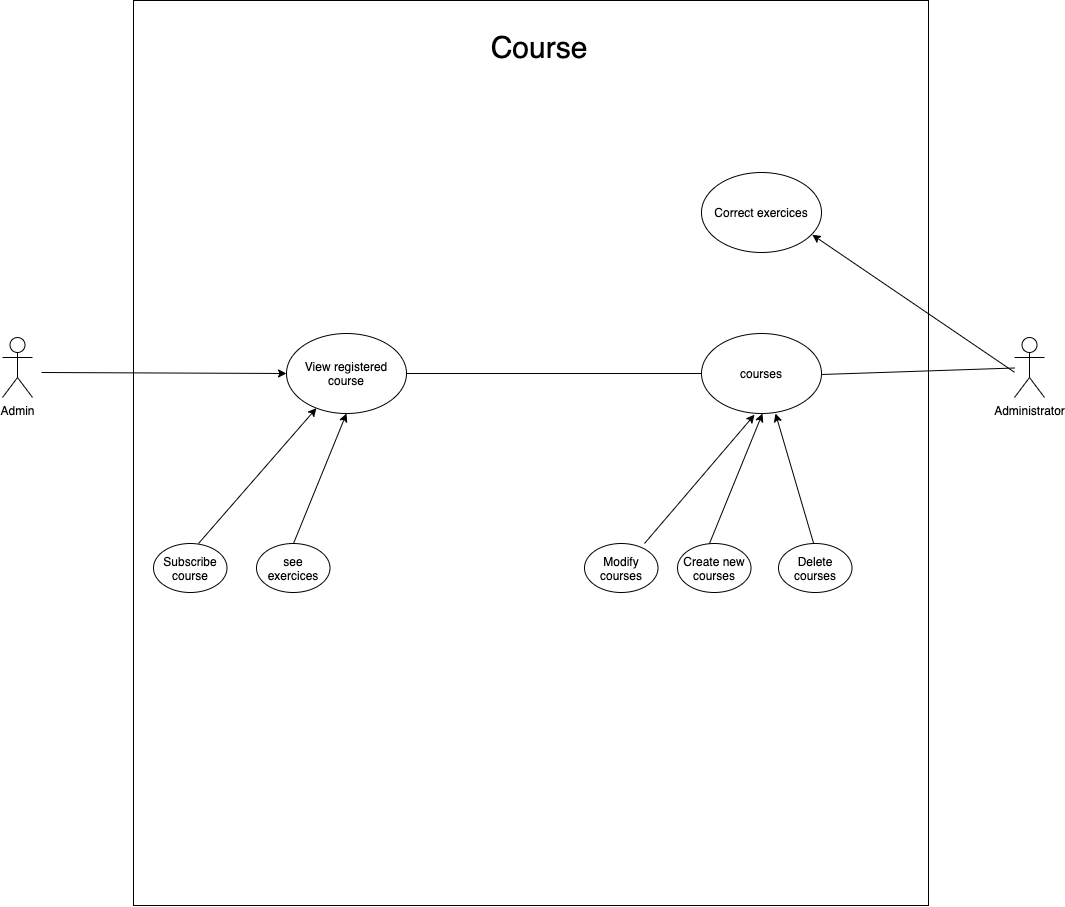
Earlier version of the draw.io export uses_cases-Cours.png (LuqaEducation/docs). Source tidied: cells renumbered, new cells last; positions are measured from the earlier drawing's top-left corner, leaving out a move shared by most shapes.
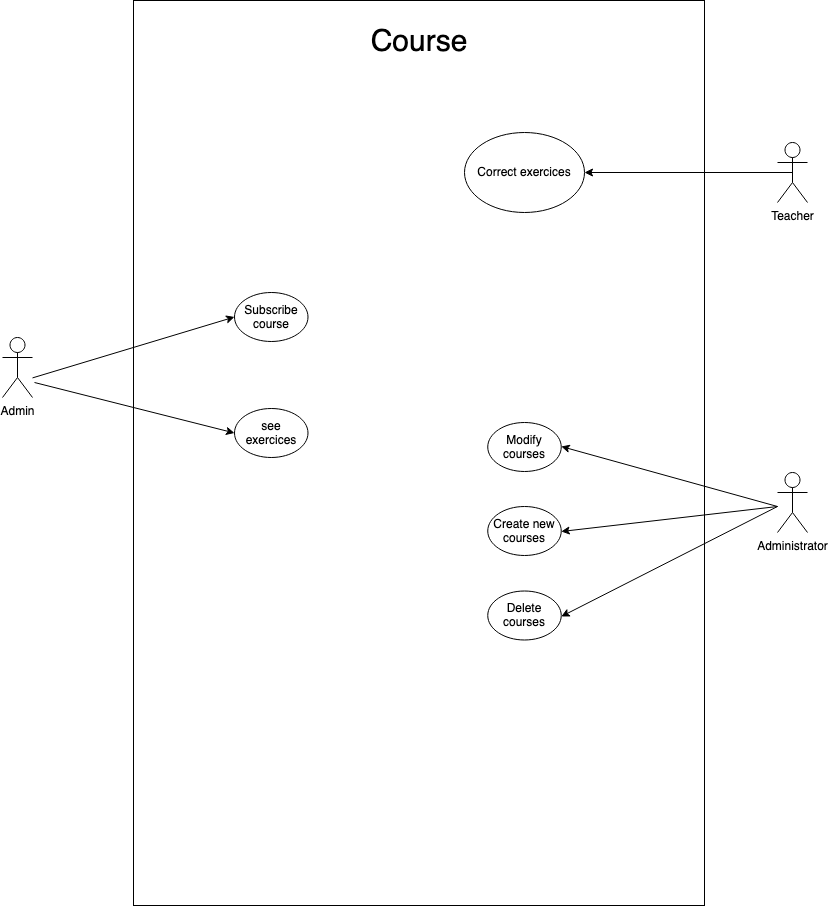
Above is the later version.

Commit message:
update all use cases

Diff of the diagram source:
```diff
@@ -3,85 +3,68 @@
     <mxCell id="0" />
     <mxCell id="1" parent="0" />
     <mxCell id="2" style="rounded=0;whiteSpace=wrap;html=1;" parent="1" vertex="1">
-      <mxGeometry x="131" width="795" height="905" as="geometry" />
+      <mxGeometry x="131" width="571" height="905" as="geometry" />
     </mxCell>
     <mxCell id="3" value="&lt;font style=&quot;font-size: 30px&quot;&gt;Course&lt;/font&gt;" style="text;html=1;strokeColor=none;fillColor=none;align=center;verticalAlign=middle;whiteSpace=wrap;rounded=0;" parent="1" vertex="1">
-      <mxGeometry x="517" y="37" width="40" height="20" as="geometry" />
+      <mxGeometry x="396.5" y="32" width="40" height="20" as="geometry" />
     </mxCell>
     <mxCell id="4" value="Admin" style="shape=umlActor;verticalLabelPosition=bottom;verticalAlign=top;html=1;" parent="1" vertex="1">
       <mxGeometry y="337" width="30" height="60" as="geometry" />
     </mxCell>
     <mxCell id="5" value="Administrator" style="shape=umlActor;verticalLabelPosition=bottom;verticalAlign=top;html=1;outlineConnect=0;" parent="1" vertex="1">
-      <mxGeometry x="1012" y="337" width="30" height="60" as="geometry" />
+      <mxGeometry x="775" y="472" width="30" height="60" as="geometry" />
     </mxCell>
-    <mxCell id="6" value="View registered course" style="ellipse;whiteSpace=wrap;html=1;" parent="1" vertex="1">
-      <mxGeometry x="284" y="333" width="120" height="80" as="geometry" />
-    </mxCell>
     <mxCell id="7" value="Subscribe course" style="ellipse;whiteSpace=wrap;html=1;" parent="1" vertex="1">
-      <mxGeometry x="151" y="543" width="73.5" height="49" as="geometry" />
+      <mxGeometry x="232" y="292" width="73.5" height="49" as="geometry" />
     </mxCell>
     <mxCell id="8" value="see exercices" style="ellipse;whiteSpace=wrap;html=1;" parent="1" vertex="1">
-      <mxGeometry x="254" y="543" width="73.5" height="49" as="geometry" />
+      <mxGeometry x="232" y="408" width="73.5" height="49" as="geometry" />
     </mxCell>
-    <mxCell id="9" value="courses" style="ellipse;whiteSpace=wrap;html=1;" parent="1" vertex="1">
-      <mxGeometry x="699" y="333" width="120" height="80" as="geometry" />
-    </mxCell>
     <mxCell id="10" value="Create new courses" style="ellipse;whiteSpace=wrap;html=1;" parent="1" vertex="1">
-      <mxGeometry x="675" y="543" width="73.5" height="49" as="geometry" />
+      <mxGeometry x="485.2" y="506" width="73.5" height="49" as="geometry" />
     </mxCell>
     <mxCell id="11" value="Delete courses" style="ellipse;whiteSpace=wrap;html=1;" parent="1" vertex="1">
-      <mxGeometry x="776" y="543" width="73.5" height="49" as="geometry" />
+      <mxGeometry x="485.2" y="590.5" width="73.5" height="49" as="geometry" />
     </mxCell>
-    <mxCell id="12" style="endArrow=classic;html=1;" parent="1" edge="1" target="6">
-      <mxGeometry relative="1" as="geometry">
-        <mxPoint x="39" y="372" as="sourcePoint" />
-      </mxGeometry>
-    </mxCell>
-    <mxCell id="13" style="endArrow=classic;html=1;" parent="1" edge="1" target="6">
+    <mxCell id="13" style="endArrow=classic;html=1;entryX=0;entryY=0.5;entryDx=0;entryDy=0;" parent="1" edge="1" target="7">
       <mxGeometry relative="1" as="geometry">
-        <mxPoint x="196" y="543" as="sourcePoint" />
+        <mxPoint x="30" y="377.4" as="sourcePoint" />
       </mxGeometry>
     </mxCell>
-    <mxCell id="14" style="endArrow=classic;html=1;entryX=0.5;entryY=1;entryDx=0;entryDy=0;" parent="1" edge="1" target="6">
+    <mxCell id="14" style="endArrow=classic;html=1;entryX=0;entryY=0.5;entryDx=0;entryDy=0;" parent="1" edge="1" target="8">
       <mxGeometry relative="1" as="geometry">
-        <mxPoint x="291" y="543" as="sourcePoint" />
+        <mxPoint x="32" y="382" as="sourcePoint" />
       </mxGeometry>
     </mxCell>
     <mxCell id="15" style="endArrow=classic;html=1;entryX=0.5;entryY=1;entryDx=0;entryDy=0;" parent="1" edge="1">
       <mxGeometry relative="1" as="geometry">
-        <mxPoint x="707" y="543" as="sourcePoint" />
-        <mxPoint x="760" y="413" as="targetPoint" />
+        <mxPoint x="775" y="506" as="sourcePoint" />
+        <mxPoint x="558.8" y="531" as="targetPoint" />
       </mxGeometry>
     </mxCell>
     <mxCell id="16" style="endArrow=classic;html=1;entryX=0.616;entryY=1.003;entryDx=0;entryDy=0;entryPerimeter=0;" parent="1" edge="1">
       <mxGeometry relative="1" as="geometry">
-        <mxPoint x="811.1" y="542.8" as="sourcePoint" />
-        <mxPoint x="773" y="413" as="targetPoint" />
+        <mxPoint x="775" y="506" as="sourcePoint" />
+        <mxPoint x="558.8" y="616" as="targetPoint" />
       </mxGeometry>
     </mxCell>
-    <mxCell id="17" style="endArrow=none;html=1;" parent="1" edge="1" target="5">
-      <mxGeometry relative="1" as="geometry">
-        <mxPoint x="819" y="374" as="sourcePoint" />
-      </mxGeometry>
-    </mxCell>
-    <mxCell id="18" style="endArrow=none;html=1;entryX=0;entryY=0.5;entryDx=0;entryDy=0;" parent="1" edge="1" source="6" target="9">
-      <mxGeometry relative="1" as="geometry" />
-    </mxCell>
     <mxCell id="19" value="Modify courses" style="ellipse;whiteSpace=wrap;html=1;" parent="1" vertex="1">
-      <mxGeometry x="582" y="543" width="73.5" height="49" as="geometry" />
+      <mxGeometry x="485.2" y="422" width="73.5" height="49" as="geometry" />
     </mxCell>
-    <mxCell id="20" style="endArrow=classic;html=1;entryX=0.442;entryY=1.015;entryDx=0;entryDy=0;entryPerimeter=0;" parent="1" edge="1" target="9">
+    <mxCell id="20" style="endArrow=classic;html=1;entryX=0.442;entryY=1.015;entryDx=0;entryDy=0;entryPerimeter=0;" parent="1" edge="1">
       <mxGeometry relative="1" as="geometry">
-        <mxPoint x="642" y="543" as="sourcePoint" />
+        <mxPoint x="775" y="506" as="sourcePoint" />
+        <mxPoint x="558.8" y="446" as="targetPoint" />
       </mxGeometry>
     </mxCell>
     <mxCell id="21" value="Correct exercices" style="ellipse;whiteSpace=wrap;html=1;" parent="1" vertex="1">
-      <mxGeometry x="699" y="172" width="120" height="80" as="geometry" />
+      <mxGeometry x="462" y="132" width="120" height="80" as="geometry" />
     </mxCell>
-    <mxCell id="22" style="endArrow=classic;html=1;entryX=0.923;entryY=0.778;entryDx=0;entryDy=0;entryPerimeter=0;" parent="1" edge="1" target="21">
-      <mxGeometry relative="1" as="geometry">
-        <mxPoint x="1012" y="371.8" as="sourcePoint" />
-      </mxGeometry>
+    <mxCell id="22" style="endArrow=classic;html=1;entryX=1;entryY=0.5;entryDx=0;entryDy=0;exitX=0.5;exitY=0.5;exitDx=0;exitDy=0;exitPerimeter=0;" parent="1" edge="1" source="23" target="21">
+      <mxGeometry relative="1" as="geometry" />
     </mxCell>
+    <mxCell id="23" value="Teacher" style="shape=umlActor;verticalLabelPosition=bottom;verticalAlign=top;html=1;outlineConnect=0;" parent="1" vertex="1">
+      <mxGeometry x="775" y="142" width="30" height="60" as="geometry" />
+    </mxCell>
   </root>
 </mxGraphModel>
```
